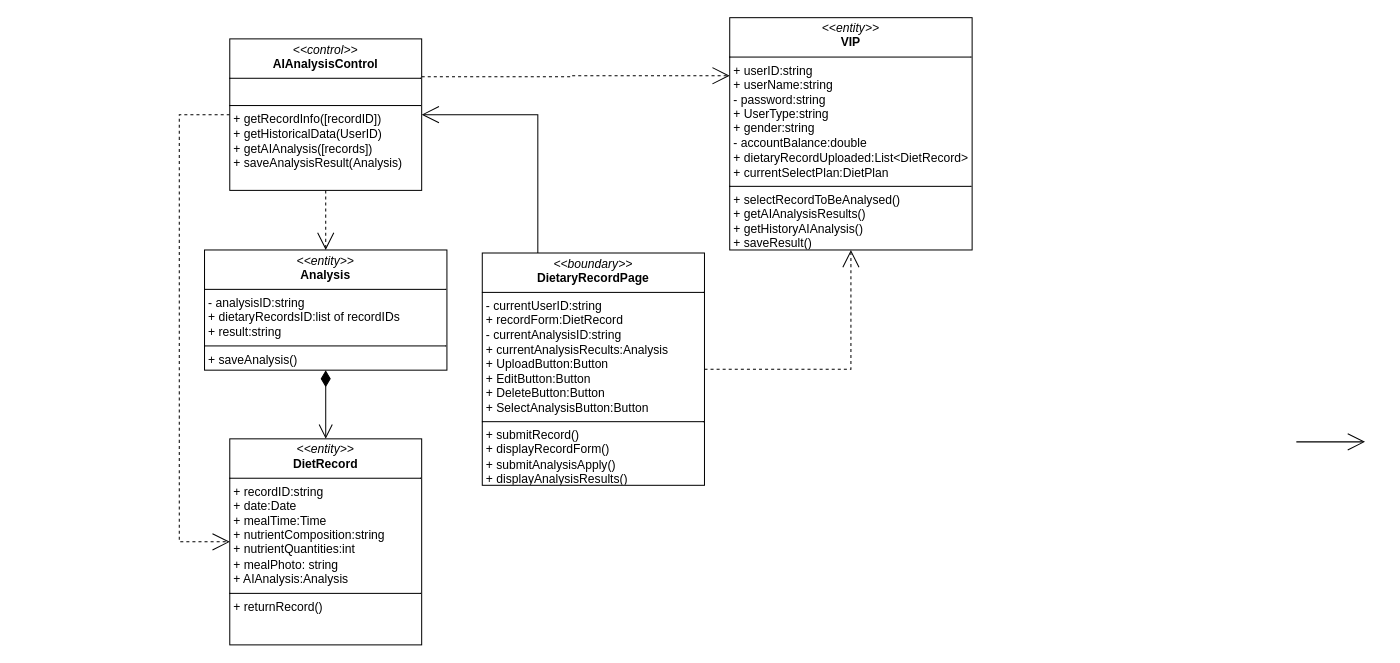
Before: Assignment3/models/AIClassDiagram.drawio in JackinOFlove/System_Analysis_and_Design_TongjiSSE_2024Fall, a draw.io diagram. Source tidied: cells renumbered, new cells numbered last; positions are measured from the earlier drawing's top-left corner, leaving out a move shared by most shapes. Both pictures are drawn from the tidied source at 101%, with x=0, y=0 at pixel (-33, 17).
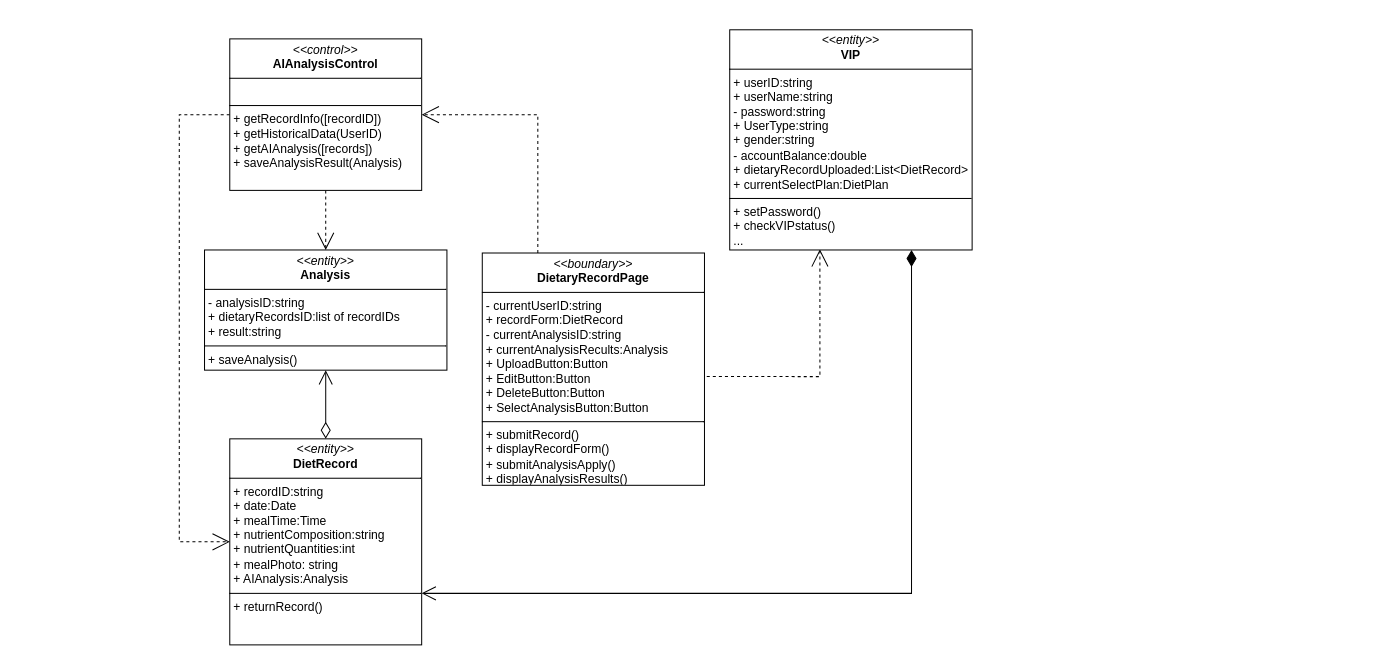
The same page after the edit.

Unchanged cells that the change refers to:
```xml
<mxCell id="4" value="&lt;p style=&quot;margin:0px;margin-top:4px;text-align:center;&quot;&gt;&lt;i&gt;&amp;lt;&amp;lt;boundary&amp;gt;&amp;gt;&lt;/i&gt;&lt;br&gt;&lt;b&gt;DietaryRecordPage&lt;/b&gt;&lt;/p&gt;&lt;hr size=&quot;1&quot; style=&quot;border-style:solid;&quot;&gt;&lt;p style=&quot;margin:0px;margin-left:4px;&quot;&gt;- currentUserID:string&lt;br&gt;+ recordForm:DietRecord&lt;/p&gt;&lt;p style=&quot;margin:0px;margin-left:4px;&quot;&gt;- currentAnalysisID:string&lt;/p&gt;&lt;p style=&quot;margin:0px;margin-left:4px;&quot;&gt;+ currentAnalysisRecults:Analysis&lt;/p&gt;&lt;p style=&quot;margin:0px;margin-left:4px;&quot;&gt;+ UploadButton:Button&lt;/p&gt;&lt;p style=&quot;margin:0px;margin-left:4px;&quot;&gt;+ EditButton:Button&lt;/p&gt;&lt;p style=&quot;margin:0px;margin-left:4px;&quot;&gt;+ DeleteButton:Button&lt;/p&gt;&lt;p style=&quot;margin:0px;margin-left:4px;&quot;&gt;+ SelectAnalysisButton:Button&lt;/p&gt;&lt;hr size=&quot;1&quot; style=&quot;border-style:solid;&quot;&gt;&lt;p style=&quot;margin:0px;margin-left:4px;&quot;&gt;+ submitRecord()&lt;br&gt;+ displayRecordForm()&lt;/p&gt;&lt;p style=&quot;margin:0px;margin-left:4px;&quot;&gt;+ submitAnalysisApply()&lt;/p&gt;&lt;p style=&quot;margin:0px;margin-left:4px;&quot;&gt;+ displayAnalysisResults()&lt;/p&gt;" style="verticalAlign=top;align=left;overflow=fill;html=1;whiteSpace=wrap;" parent="1" vertex="1">
  <mxGeometry x="510" y="233" width="220" height="230" as="geometry" />
</mxCell>
<mxCell id="11" value="&lt;p style=&quot;margin:0px;margin-top:4px;text-align:center;&quot;&gt;&lt;i&gt;&amp;lt;&amp;lt;entity&amp;gt;&amp;gt;&lt;/i&gt;&lt;br&gt;&lt;b&gt;DietRecord&lt;/b&gt;&lt;/p&gt;&lt;hr size=&quot;1&quot; style=&quot;border-style:solid;&quot;&gt;&lt;p style=&quot;margin:0px;margin-left:4px;&quot;&gt;+ recordID:string&lt;/p&gt;&lt;p style=&quot;margin:0px;margin-left:4px;&quot;&gt;+ date:Date&lt;/p&gt;&lt;p style=&quot;margin:0px;margin-left:4px;&quot;&gt;+ mealTime:Time&lt;/p&gt;&lt;p style=&quot;margin:0px;margin-left:4px;&quot;&gt;+&amp;nbsp;nutrientComposition:string&lt;/p&gt;&lt;p style=&quot;margin:0px;margin-left:4px;&quot;&gt;+ nutrientQuantities:int&lt;/p&gt;&lt;p style=&quot;margin:0px;margin-left:4px;&quot;&gt;+ mealPhoto: string&lt;/p&gt;&lt;p style=&quot;margin:0px;margin-left:4px;&quot;&gt;+ AIAnalysis:Analysis&lt;/p&gt;&lt;hr size=&quot;1&quot; style=&quot;border-style:solid;&quot;&gt;&lt;p style=&quot;margin:0px;margin-left:4px;&quot;&gt;+ returnRecord()&lt;/p&gt;" style="verticalAlign=top;align=left;overflow=fill;html=1;whiteSpace=wrap;" parent="1" vertex="1">
  <mxGeometry x="260" y="417" width="190" height="204" as="geometry" />
</mxCell>
<mxCell id="12" value="&lt;p style=&quot;margin:0px;margin-top:4px;text-align:center;&quot;&gt;&lt;i&gt;&amp;lt;&amp;lt;entity&amp;gt;&amp;gt;&lt;/i&gt;&lt;br&gt;&lt;b&gt;Analysis&lt;/b&gt;&lt;/p&gt;&lt;hr size=&quot;1&quot; style=&quot;border-style:solid;&quot;&gt;&lt;p style=&quot;margin:0px;margin-left:4px;&quot;&gt;- analysisID:string&lt;/p&gt;&lt;p style=&quot;margin:0px;margin-left:4px;&quot;&gt;+ dietaryRecordsID:list of recordIDs&lt;/p&gt;&lt;p style=&quot;margin:0px;margin-left:4px;&quot;&gt;+ result:string&lt;/p&gt;&lt;hr size=&quot;1&quot; style=&quot;border-style:solid;&quot;&gt;&lt;p style=&quot;margin:0px;margin-left:4px;&quot;&gt;+ saveAnalysis()&lt;/p&gt;&lt;p style=&quot;margin:0px;margin-left:4px;&quot;&gt;&lt;br&gt;&lt;/p&gt;" style="verticalAlign=top;align=left;overflow=fill;html=1;whiteSpace=wrap;" parent="1" vertex="1">
  <mxGeometry x="235" y="230" width="240" height="119" as="geometry" />
</mxCell>
<mxCell id="16" value="&lt;p style=&quot;margin:0px;margin-top:4px;text-align:center;&quot;&gt;&lt;i&gt;&amp;lt;&amp;lt;control&amp;gt;&amp;gt;&lt;/i&gt;&lt;br&gt;&lt;b&gt;AIAnalysisControl&lt;/b&gt;&lt;/p&gt;&lt;hr size=&quot;1&quot; style=&quot;border-style:solid;&quot;&gt;&lt;p style=&quot;margin:0px;margin-left:4px;&quot;&gt;&lt;br&gt;&lt;/p&gt;&lt;hr size=&quot;1&quot; style=&quot;border-style:solid;&quot;&gt;&lt;p style=&quot;margin:0px;margin-left:4px;&quot;&gt;+ getRecordInfo([recordID])&lt;/p&gt;&lt;p style=&quot;margin:0px;margin-left:4px;&quot;&gt;+ getHistoricalData(UserID)&lt;/p&gt;&lt;p style=&quot;margin:0px;margin-left:4px;&quot;&gt;+ getAIAnalysis([records])&lt;/p&gt;&lt;p style=&quot;margin:0px;margin-left:4px;&quot;&gt;+ saveAnalysisResult(Analysis)&lt;/p&gt;" style="verticalAlign=top;align=left;overflow=fill;html=1;whiteSpace=wrap;" parent="1" vertex="1">
  <mxGeometry x="260" y="21" width="190" height="150" as="geometry" />
</mxCell>
```

Change to the diagram source:
```diff
@@
-    <mxCell id="2" style="edgeStyle=orthogonalEdgeStyle;rounded=0;jettySize=auto;html=1;exitX=0.25;exitY=0;exitDx=0;exitDy=0;entryX=1;entryY=0.5;entryDx=0;entryDy=0;endArrow=open;endFill=0;startSize=15;endSize=15;" parent="1" edge="1" source="4" target="16">
+    <mxCell id="2" style="edgeStyle=orthogonalEdgeStyle;rounded=0;jettySize=auto;html=1;exitX=0.25;exitY=0;exitDx=0;exitDy=0;entryX=1;entryY=0.5;entryDx=0;entryDy=0;endArrow=open;endFill=0;startSize=15;endSize=15;dashed=1;" parent="1" edge="1" source="4" target="16">
       <mxGeometry relative="1" as="geometry" />
     </mxCell>
-    <mxCell id="3" style="edgeStyle=orthogonalEdgeStyle;rounded=0;jettySize=auto;html=1;exitX=1;exitY=0.5;exitDx=0;exitDy=0;entryX=0.5;entryY=1;entryDx=0;entryDy=0;dashed=1;endArrow=open;endFill=0;endSize=15;" parent="1" edge="1" source="4" target="19">
+    <mxCell id="3" style="edgeStyle=orthogonalEdgeStyle;rounded=0;jettySize=auto;html=1;dashed=1;endArrow=open;endFill=0;endSize=15;entryX=0.372;entryY=0.997;entryDx=0;entryDy=0;entryPerimeter=0;exitX=0.983;exitY=0.532;exitDx=0;exitDy=0;exitPerimeter=0;" parent="1" edge="1" source="4" target="19">
       <mxGeometry relative="1" as="geometry" />
     </mxCell>
@@
     <mxCell id="5" style="edgeStyle=orthogonalEdgeStyle;rounded=0;orthogonalLoop=1;jettySize=auto;html=1;exitX=0;exitY=0.25;exitDx=0;exitDy=0;entryX=1;entryY=0.25;entryDx=0;entryDy=0;endArrow=open;endFill=0;startSize=15;endSize=15;" parent="1" edge="1">
       <mxGeometry relative="1" as="geometry">
-        <mxPoint x="450" y="681" as="targetPoint" />
+        <mxPoint x="15" y="672" as="targetPoint" />
       </mxGeometry>
     </mxCell>
     <mxCell id="6" style="edgeStyle=orthogonalEdgeStyle;rounded=0;orthogonalLoop=1;jettySize=auto;html=1;exitX=0;exitY=0.5;exitDx=0;exitDy=0;entryX=1;entryY=0.25;entryDx=0;entryDy=0;endArrow=open;endFill=0;startSize=15;endSize=15;" parent="1" edge="1">
       <mxGeometry relative="1" as="geometry">
-        <mxPoint x="450" y="848.5" as="targetPoint" />
+        <mxPoint x="15" y="839.5" as="targetPoint" />
       </mxGeometry>
     </mxCell>
     <mxCell id="7" style="edgeStyle=orthogonalEdgeStyle;rounded=0;orthogonalLoop=1;jettySize=auto;html=1;exitX=0.5;exitY=0;exitDx=0;exitDy=0;entryX=0.5;entryY=1;entryDx=0;entryDy=0;dashed=1;endArrow=open;endFill=0;startSize=15;endSize=15;" parent="1" edge="1">
       <mxGeometry relative="1" as="geometry">
-        <mxPoint x="1221" y="345" as="sourcePoint" />
+        <mxPoint x="786" y="336" as="sourcePoint" />
       </mxGeometry>
     </mxCell>
-    <mxCell id="8" style="edgeStyle=orthogonalEdgeStyle;rounded=0;orthogonalLoop=1;jettySize=auto;html=1;exitX=1;exitY=0.5;exitDx=0;exitDy=0;entryX=0;entryY=0.5;entryDx=0;entryDy=0;endArrow=open;endFill=0;startSize=15;endSize=15;" parent="1" edge="1">
-      <mxGeometry relative="1" as="geometry">
-        <mxPoint x="1316" y="420" as="sourcePoint" />
-        <mxPoint x="1384" y="420" as="targetPoint" />
-      </mxGeometry>
-    </mxCell>
     <mxCell id="9" style="edgeStyle=orthogonalEdgeStyle;rounded=0;orthogonalLoop=1;jettySize=auto;html=1;exitX=0.5;exitY=1;exitDx=0;exitDy=0;entryX=0.5;entryY=0;entryDx=0;entryDy=0;dashed=1;endArrow=open;endFill=0;" parent="1" edge="1">
       <mxGeometry relative="1" as="geometry">
-        <mxPoint x="1221" y="731" as="sourcePoint" />
+        <mxPoint x="786" y="722" as="sourcePoint" />
       </mxGeometry>
     </mxCell>
     <mxCell id="10" style="edgeStyle=orthogonalEdgeStyle;rounded=0;orthogonalLoop=1;jettySize=auto;html=1;exitX=1;exitY=0.5;exitDx=0;exitDy=0;entryX=0.5;entryY=1;entryDx=0;entryDy=0;dashed=1;endArrow=open;endFill=0;endSize=15;" parent="1" edge="1">
       <mxGeometry relative="1" as="geometry">
-        <mxPoint x="86" y="1040" as="targetPoint" />
+        <mxPoint x="-349" y="1031" as="targetPoint" />
         <Array as="points">
-          <mxPoint x="1597" y="646" />
-          <mxPoint x="1597" y="967" />
-          <mxPoint x="85" y="967" />
+          <mxPoint x="1162" y="637" />
+          <mxPoint x="1162" y="958" />
+          <mxPoint x="-350" y="958" />
         </Array>
       </mxGeometry>
     </mxCell>
@@
-    <mxCell id="13" style="edgeStyle=orthogonalEdgeStyle;rounded=0;jettySize=auto;html=1;exitX=1;exitY=0.25;exitDx=0;exitDy=0;entryX=0;entryY=0.25;entryDx=0;entryDy=0;dashed=1;endArrow=open;endFill=0;startSize=15;endSize=15;" parent="1" edge="1" source="16" target="19">
-      <mxGeometry relative="1" as="geometry" />
-    </mxCell>
-    <mxCell id="14" style="edgeStyle=orthogonalEdgeStyle;rounded=0;jettySize=auto;html=1;entryX=0.5;entryY=0;entryDx=0;entryDy=0;dashed=1;startSize=15;endSize=15;endArrow=open;endFill=0;" parent="1" edge="1" source="16" target="12">
+    <mxCell id="14" style="edgeStyle=orthogonalEdgeStyle;rounded=0;jettySize=auto;html=1;entryX=0.5;entryY=0;entryDx=0;entryDy=0;startSize=15;endSize=15;endArrow=open;endFill=0;dashed=1;" parent="1" edge="1" source="16" target="12">
       <mxGeometry relative="1" as="geometry" />
     </mxCell>
@@
     <mxCell id="17" style="edgeStyle=orthogonalEdgeStyle;rounded=0;orthogonalLoop=1;jettySize=auto;html=1;exitX=0;exitY=0.5;exitDx=0;exitDy=0;entryX=1;entryY=0.5;entryDx=0;entryDy=0;dashed=1;endArrow=open;endFill=0;startSize=15;endSize=15;" parent="1" edge="1">
       <mxGeometry relative="1" as="geometry">
-        <mxPoint x="181" y="933.5" as="targetPoint" />
+        <mxPoint x="-254" y="924.5" as="targetPoint" />
       </mxGeometry>
     </mxCell>
     <mxCell id="18" style="edgeStyle=orthogonalEdgeStyle;rounded=0;orthogonalLoop=1;jettySize=auto;html=1;exitX=0;exitY=0.25;exitDx=0;exitDy=0;entryX=1;entryY=0.25;entryDx=0;entryDy=0;dashed=1;endArrow=open;endFill=0;startSize=15;endSize=15;" parent="1" edge="1">
       <mxGeometry relative="1" as="geometry">
-        <mxPoint x="180" y="681.5" as="targetPoint" />
+        <mxPoint x="-255" y="672.5" as="targetPoint" />
       </mxGeometry>
     </mxCell>
-    <mxCell id="19" value="&lt;p style=&quot;margin:0px;margin-top:4px;text-align:center;&quot;&gt;&lt;i&gt;&amp;lt;&amp;lt;entity&amp;gt;&amp;gt;&lt;/i&gt;&lt;br&gt;&lt;b&gt;VIP&lt;/b&gt;&lt;/p&gt;&lt;hr size=&quot;1&quot; style=&quot;border-style:solid;&quot;&gt;&lt;p style=&quot;margin: 0px 0px 0px 4px;&quot;&gt;+ userID:string&lt;/p&gt;&lt;p style=&quot;margin: 0px 0px 0px 4px;&quot;&gt;+ userName:string&lt;/p&gt;&lt;p style=&quot;margin: 0px 0px 0px 4px;&quot;&gt;- password:string&lt;/p&gt;&lt;p style=&quot;margin: 0px 0px 0px 4px;&quot;&gt;+ UserType:string&lt;/p&gt;&lt;p style=&quot;margin: 0px 0px 0px 4px;&quot;&gt;+ gender:string&lt;/p&gt;&lt;p style=&quot;margin: 0px 0px 0px 4px;&quot;&gt;- accountBalance:double&lt;/p&gt;&lt;p style=&quot;margin: 0px 0px 0px 4px;&quot;&gt;+ dietaryRecordUploaded:List&amp;lt;DietRecord&amp;gt;&lt;/p&gt;&lt;p style=&quot;margin: 0px 0px 0px 4px;&quot;&gt;+ currentSelectPlan:DietPlan&lt;/p&gt;&lt;hr size=&quot;1&quot; style=&quot;border-style:solid;&quot;&gt;&lt;p style=&quot;margin:0px;margin-left:4px;&quot;&gt;+ selectRecordToBeAnalysed()&lt;/p&gt;&lt;p style=&quot;margin:0px;margin-left:4px;&quot;&gt;+ getAIAnalysisResults()&lt;/p&gt;&lt;p style=&quot;margin:0px;margin-left:4px;&quot;&gt;+ getHistoryAIAnalysis()&lt;/p&gt;&lt;p style=&quot;margin:0px;margin-left:4px;&quot;&gt;+ saveResult()&lt;/p&gt;&lt;p style=&quot;margin:0px;margin-left:4px;&quot;&gt;&lt;br&gt;&lt;/p&gt;" style="verticalAlign=top;align=left;overflow=fill;html=1;whiteSpace=wrap;" parent="1" vertex="1">
-      <mxGeometry x="755" width="240" height="230" as="geometry" />
+    <mxCell id="19" value="&lt;p style=&quot;margin:0px;margin-top:4px;text-align:center;&quot;&gt;&lt;i&gt;&amp;lt;&amp;lt;entity&amp;gt;&amp;gt;&lt;/i&gt;&lt;br&gt;&lt;b&gt;VIP&lt;/b&gt;&lt;/p&gt;&lt;hr size=&quot;1&quot; style=&quot;border-style:solid;&quot;&gt;&lt;p style=&quot;margin: 0px 0px 0px 4px;&quot;&gt;+ userID:string&lt;/p&gt;&lt;p style=&quot;margin: 0px 0px 0px 4px;&quot;&gt;+ userName:string&lt;/p&gt;&lt;p style=&quot;margin: 0px 0px 0px 4px;&quot;&gt;- password:string&lt;/p&gt;&lt;p style=&quot;margin: 0px 0px 0px 4px;&quot;&gt;+ UserType:string&lt;/p&gt;&lt;p style=&quot;margin: 0px 0px 0px 4px;&quot;&gt;+ gender:string&lt;/p&gt;&lt;p style=&quot;margin: 0px 0px 0px 4px;&quot;&gt;- accountBalance:double&lt;/p&gt;&lt;p style=&quot;margin: 0px 0px 0px 4px;&quot;&gt;+ dietaryRecordUploaded:List&amp;lt;DietRecord&amp;gt;&lt;/p&gt;&lt;p style=&quot;margin: 0px 0px 0px 4px;&quot;&gt;+ currentSelectPlan:DietPlan&lt;/p&gt;&lt;hr size=&quot;1&quot; style=&quot;border-style:solid;&quot;&gt;&lt;p style=&quot;margin:0px;margin-left:4px;&quot;&gt;+ setPassword()&lt;/p&gt;&lt;p style=&quot;margin:0px;margin-left:4px;&quot;&gt;+ checkVIPstatus()&lt;/p&gt;&lt;p style=&quot;margin:0px;margin-left:4px;&quot;&gt;...&lt;/p&gt;&lt;p style=&quot;margin:0px;margin-left:4px;&quot;&gt;&lt;br&gt;&lt;/p&gt;" style="verticalAlign=top;align=left;overflow=fill;html=1;whiteSpace=wrap;" parent="1" vertex="1">
+      <mxGeometry x="755" y="12" width="240" height="218" as="geometry" />
     </mxCell>
     <mxCell id="20" style="edgeStyle=orthogonalEdgeStyle;rounded=0;orthogonalLoop=1;jettySize=auto;html=1;exitX=1;exitY=0.5;exitDx=0;exitDy=0;entryX=0;entryY=0.5;entryDx=0;entryDy=0;endArrow=open;endFill=0;endSize=15;" parent="1" edge="1">
       <mxGeometry relative="1" as="geometry">
-        <mxPoint x="1327" y="829" as="sourcePoint" />
+        <mxPoint x="892" y="820" as="sourcePoint" />
       </mxGeometry>
     </mxCell>
     <mxCell id="21" style="edgeStyle=orthogonalEdgeStyle;rounded=0;orthogonalLoop=1;jettySize=auto;html=1;exitX=0.5;exitY=0;exitDx=0;exitDy=0;entryX=0.002;entryY=0.558;entryDx=0;entryDy=0;entryPerimeter=0;dashed=1;" parent="1" edge="1">
       <mxGeometry relative="1" as="geometry">
-        <mxPoint x="0.4" y="1138.1" as="targetPoint" />
+        <mxPoint x="-434.6" y="1129.1" as="targetPoint" />
       </mxGeometry>
     </mxCell>
-    <mxCell id="22" value="&amp;nbsp;" style="endArrow=open;html=1;endSize=12;startArrow=diamondThin;startSize=14;startFill=1;edgeStyle=orthogonalEdgeStyle;align=left;verticalAlign=bottom;rounded=0;exitX=0.5;exitY=1;exitDx=0;exitDy=0;entryX=0.5;entryY=0;entryDx=0;entryDy=0;" parent="1" edge="1" source="12" target="11">
+    <mxCell id="22" value="&amp;nbsp;" style="endArrow=open;html=1;endSize=12;startArrow=diamondThin;startSize=14;startFill=0;edgeStyle=orthogonalEdgeStyle;align=left;verticalAlign=bottom;rounded=0;exitX=0.5;exitY=0;exitDx=0;exitDy=0;entryX=0.5;entryY=1;entryDx=0;entryDy=0;" parent="1" edge="1" source="11" target="12">
       <mxGeometry x="0.01" y="306" relative="1" as="geometry">
         <mxPoint x="-1" y="-23" as="offset" />
       </mxGeometry>
     </mxCell>
+    <mxCell id="23" style="endArrow=diamondThin;endFill=1;endSize=14;html=1;rounded=0;exitX=1;exitY=0.75;exitDx=0;exitDy=0;startArrow=open;startFill=0;startSize=12;entryX=0.75;entryY=1;entryDx=0;entryDy=0;" parent="1" edge="1" source="11" target="19">
+      <mxGeometry relative="1" as="geometry">
+        <Array as="points">
+          <mxPoint x="935" y="570" />
+        </Array>
+      </mxGeometry>
+    </mxCell>
```
